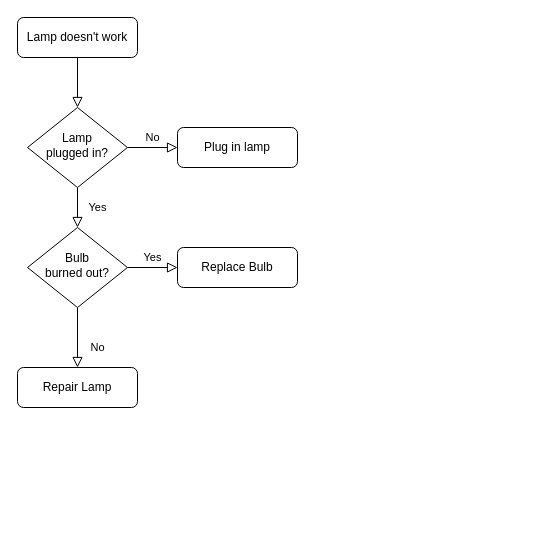
This is OkHttp/retry-and-follow-up-interceptor.drawio from ToTheMoonLee/diagrams, a draw.io file, before an edit. Source tidied: cells renumbered, new cells numbered last; positions are measured from the earlier drawing's top-left corner, leaving out a move shared by most shapes. Both pictures are drawn from the tidied source at 100%, with x=0, y=0 at pixel (17, 17).
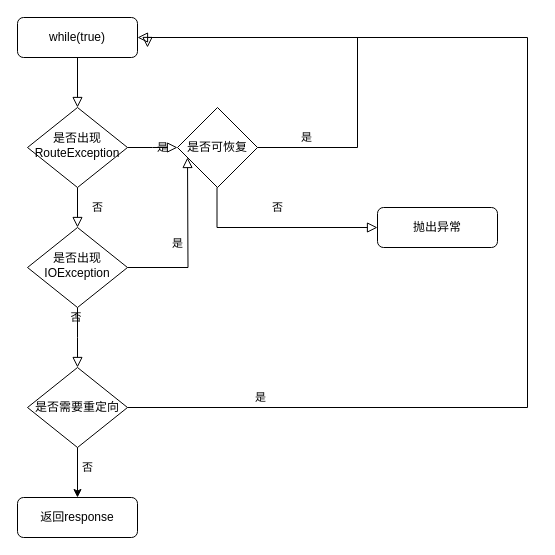
The same diagram, later.

Change to the diagram source:
```diff
@@
-    <mxCell id="3" value="Lamp doesn't work" style="rounded=1;whiteSpace=wrap;html=1;fontSize=12;glass=0;strokeWidth=1;shadow=0;" parent="1" vertex="1">
+    <mxCell id="3" value="while(true)" style="rounded=1;whiteSpace=wrap;html=1;fontSize=12;glass=0;strokeWidth=1;shadow=0;" parent="1" vertex="1">
       <mxGeometry width="120" height="40" as="geometry" />
     </mxCell>
-    <mxCell id="4" value="Yes" style="rounded=0;html=1;jettySize=auto;fontSize=11;endArrow=block;endFill=0;endSize=8;strokeWidth=1;shadow=0;labelBackgroundColor=none;edgeStyle=orthogonalEdgeStyle;" parent="1" edge="1" source="6" target="10">
+    <mxCell id="4" value="否" style="rounded=0;html=1;jettySize=auto;fontSize=11;endArrow=block;endFill=0;endSize=8;strokeWidth=1;shadow=0;labelBackgroundColor=none;edgeStyle=orthogonalEdgeStyle;" parent="1" edge="1" source="6" target="10">
       <mxGeometry y="20" relative="1" as="geometry" />
     </mxCell>
-    <mxCell id="5" value="No" style="edgeStyle=orthogonalEdgeStyle;rounded=0;html=1;jettySize=auto;fontSize=11;endArrow=block;endFill=0;endSize=8;strokeWidth=1;shadow=0;labelBackgroundColor=none;" parent="1" edge="1" source="6" target="7">
-      <mxGeometry y="10" relative="1" as="geometry" />
+    <mxCell id="5" value="是" style="edgeStyle=orthogonalEdgeStyle;rounded=0;html=1;jettySize=auto;fontSize=11;endArrow=block;endFill=0;endSize=8;strokeWidth=1;shadow=0;labelBackgroundColor=none;" parent="1" edge="1" source="6">
+      <mxGeometry y="10" relative="1" as="geometry">
+        <mxPoint x="160" y="130" as="targetPoint" />
+      </mxGeometry>
     </mxCell>
-    <mxCell id="6" value="Lamp&lt;br&gt;plugged in?" style="rhombus;whiteSpace=wrap;html=1;shadow=0;fontFamily=Helvetica;fontSize=12;align=center;strokeWidth=1;spacing=6;spacingTop=-4;" parent="1" vertex="1">
+    <mxCell id="6" value="是否出现RouteException" style="rhombus;whiteSpace=wrap;html=1;shadow=0;fontFamily=Helvetica;fontSize=12;align=center;strokeWidth=1;spacing=6;spacingTop=-4;" parent="1" vertex="1">
       <mxGeometry x="10" y="90" width="100" height="80" as="geometry" />
     </mxCell>
-    <mxCell id="7" value="Plug in lamp" style="rounded=1;whiteSpace=wrap;html=1;fontSize=12;glass=0;strokeWidth=1;shadow=0;" parent="1" vertex="1">
-      <mxGeometry x="160" y="110" width="120" height="40" as="geometry" />
-    </mxCell>
-    <mxCell id="8" value="No" style="rounded=0;html=1;jettySize=auto;fontSize=11;endArrow=block;endFill=0;endSize=8;strokeWidth=1;shadow=0;labelBackgroundColor=none;edgeStyle=orthogonalEdgeStyle;" parent="1" edge="1" source="10" target="11">
-      <mxGeometry x="0.33" y="20" relative="1" as="geometry" />
+    <mxCell id="8" value="否&amp;nbsp;" style="rounded=0;html=1;jettySize=auto;fontSize=11;endArrow=block;endFill=0;endSize=8;strokeWidth=1;shadow=0;labelBackgroundColor=none;edgeStyle=orthogonalEdgeStyle;" parent="1" edge="1" source="10">
+      <mxGeometry y="20" relative="1" as="geometry">
+        <mxPoint x="60" y="350" as="targetPoint" />
+      </mxGeometry>
     </mxCell>
-    <mxCell id="9" value="Yes" style="edgeStyle=orthogonalEdgeStyle;rounded=0;html=1;jettySize=auto;fontSize=11;endArrow=block;endFill=0;endSize=8;strokeWidth=1;shadow=0;labelBackgroundColor=none;" parent="1" edge="1" source="10" target="12">
-      <mxGeometry y="10" relative="1" as="geometry" />
+    <mxCell id="9" value="是" style="edgeStyle=orthogonalEdgeStyle;rounded=0;html=1;jettySize=auto;fontSize=11;endArrow=block;endFill=0;endSize=8;strokeWidth=1;shadow=0;labelBackgroundColor=none;entryX=1;entryY=0.5;entryDx=0;entryDy=0;exitX=1;exitY=0.5;exitDx=0;exitDy=0;" parent="1" edge="1" source="13" target="3">
+      <mxGeometry x="-0.77" y="10" relative="1" as="geometry">
+        <Array as="points">
+          <mxPoint x="340" y="130" />
+          <mxPoint x="340" y="20" />
+        </Array>
+      </mxGeometry>
     </mxCell>
-    <mxCell id="10" value="Bulb&lt;br&gt;burned out?" style="rhombus;whiteSpace=wrap;html=1;shadow=0;fontFamily=Helvetica;fontSize=12;align=center;strokeWidth=1;spacing=6;spacingTop=-4;" parent="1" vertex="1">
+    <mxCell id="10" value="是否出现IOException" style="rhombus;whiteSpace=wrap;html=1;shadow=0;fontFamily=Helvetica;fontSize=12;align=center;strokeWidth=1;spacing=6;spacingTop=-4;" parent="1" vertex="1">
       <mxGeometry x="10" y="210" width="100" height="80" as="geometry" />
     </mxCell>
-    <mxCell id="11" value="Repair Lamp" style="rounded=1;whiteSpace=wrap;html=1;fontSize=12;glass=0;strokeWidth=1;shadow=0;" parent="1" vertex="1">
-      <mxGeometry y="350" width="120" height="40" as="geometry" />
-    </mxCell>
-    <mxCell id="12" value="Replace Bulb" style="rounded=1;whiteSpace=wrap;html=1;fontSize=12;glass=0;strokeWidth=1;shadow=0;" parent="1" vertex="1">
-      <mxGeometry x="160" y="230" width="120" height="40" as="geometry" />
-    </mxCell>
+    <mxCell id="13" value="&lt;span&gt;是否可恢复&lt;/span&gt;" style="rhombus;whiteSpace=wrap;html=1;" parent="1" vertex="1">
+      <mxGeometry x="160" y="90" width="80" height="80" as="geometry" />
+    </mxCell>
+    <mxCell id="14" value="否" style="rounded=0;html=1;jettySize=auto;fontSize=11;endArrow=block;endFill=0;endSize=8;strokeWidth=1;shadow=0;labelBackgroundColor=none;edgeStyle=orthogonalEdgeStyle;entryX=0;entryY=0.5;entryDx=0;entryDy=0;" parent="1" edge="1" target="15">
+      <mxGeometry y="20" relative="1" as="geometry">
+        <mxPoint x="199.5" y="170" as="sourcePoint" />
+        <Array as="points">
+          <mxPoint x="200" y="210" />
+        </Array>
+      </mxGeometry>
+    </mxCell>
+    <mxCell id="15" value="抛出异常" style="rounded=1;whiteSpace=wrap;html=1;fontSize=12;glass=0;strokeWidth=1;shadow=0;" parent="1" vertex="1">
+      <mxGeometry x="360" y="190" width="120" height="40" as="geometry" />
+    </mxCell>
+    <mxCell id="16" value="是" style="edgeStyle=orthogonalEdgeStyle;rounded=0;html=1;jettySize=auto;fontSize=11;endArrow=block;endFill=0;endSize=8;strokeWidth=1;shadow=0;labelBackgroundColor=none;exitX=1;exitY=0.5;exitDx=0;exitDy=0;" parent="1" edge="1" source="10">
+      <mxGeometry y="10" relative="1" as="geometry">
+        <mxPoint x="170" y="140" as="targetPoint" />
+      </mxGeometry>
+    </mxCell>
+    <mxCell id="17" value="是否需要重定向" style="rhombus;whiteSpace=wrap;html=1;" parent="1" vertex="1">
+      <mxGeometry x="10" y="350" width="100" height="80" as="geometry" />
+    </mxCell>
+    <mxCell id="18" value="是" style="edgeStyle=orthogonalEdgeStyle;rounded=0;html=1;jettySize=auto;fontSize=11;endArrow=block;endFill=0;endSize=8;strokeWidth=1;shadow=0;labelBackgroundColor=none;entryX=1;entryY=0.5;entryDx=0;entryDy=0;exitX=1;exitY=0.5;exitDx=0;exitDy=0;exitPerimeter=0;" parent="1" edge="1" source="17">
+      <mxGeometry x="-0.77" y="10" relative="1" as="geometry">
+        <mxPoint x="130" y="30" as="targetPoint" />
+        <Array as="points">
+          <mxPoint x="510" y="390" />
+          <mxPoint x="510" y="20" />
+          <mxPoint x="130" y="20" />
+        </Array>
+      </mxGeometry>
+    </mxCell>
+    <mxCell id="19" value="返回response" style="rounded=1;whiteSpace=wrap;html=1;" parent="1" vertex="1">
+      <mxGeometry y="480" width="120" height="40" as="geometry" />
+    </mxCell>
+    <mxCell id="20" value="否" style="endArrow=classic;html=1;exitX=0.5;exitY=1;exitDx=0;exitDy=0;entryX=0.5;entryY=0;entryDx=0;entryDy=0;" parent="1" edge="1" source="17" target="19">
+      <mxGeometry x="-0.2" y="10" relative="1" as="geometry" />
+    </mxCell>
```
